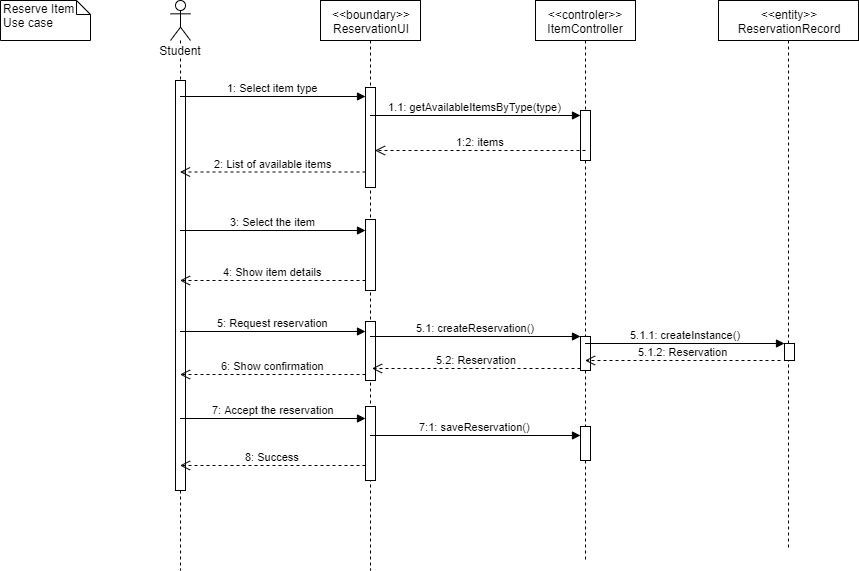
The draw.io diagram docs/Sequence Diagrams/MUM Life - Sequence Diagram - Reserve Item.png in jonathangetachew/MUMLife, before a commit. Source tidied: cells renumbered, new cells last; positions are measured from the earlier drawing's top-left corner, leaving out a move shared by most shapes.
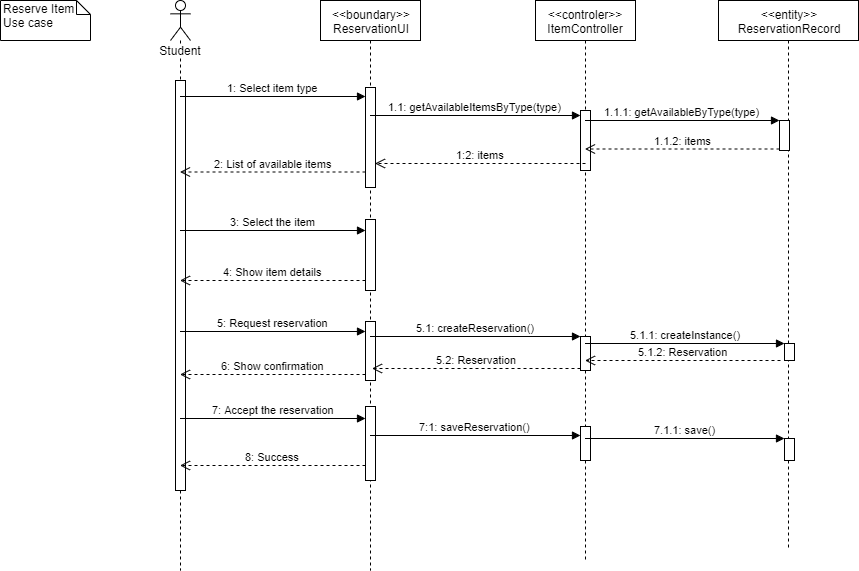
After the commit.

Commit message:
Updated reserve item sequence diagram

Diff of the diagram source:
```diff
@@ -33,7 +33,7 @@
       <mxGeometry x="535" width="100" height="560" as="geometry" />
     </mxCell>
     <mxCell id="11" style="html=1;perimeter=orthogonalPerimeter;" parent="10" vertex="1">
-      <mxGeometry x="45" y="110" width="10" height="50" as="geometry" />
+      <mxGeometry x="45" y="110" width="10" height="60" as="geometry" />
     </mxCell>
     <mxCell id="12" style="html=1;perimeter=orthogonalPerimeter;" parent="10" vertex="1">
       <mxGeometry x="45" y="426" width="10" height="34" as="geometry" />
@@ -55,8 +55,8 @@
     </mxCell>
     <mxCell id="16" value="1:2: items" style="html=1;verticalAlign=bottom;endArrow=open;dashed=1;endSize=8;exitX=0;exitY=0.95;" parent="1" edge="1">
       <mxGeometry relative="1" as="geometry">
-        <mxPoint x="585" y="150" as="sourcePoint" />
-        <mxPoint x="374.5" y="150" as="targetPoint" />
+        <mxPoint x="585" y="163" as="sourcePoint" />
+        <mxPoint x="374.5" y="163" as="targetPoint" />
       </mxGeometry>
     </mxCell>
     <mxCell id="17" value="3: Select the item" style="html=1;verticalAlign=bottom;endArrow=block;entryX=0;entryY=0;" parent="1" edge="1">
@@ -115,6 +115,12 @@
     <mxCell id="27" style="html=1;points=[];perimeter=orthogonalPerimeter;" parent="26" vertex="1">
       <mxGeometry x="66" y="343" width="10" height="17" as="geometry" />
     </mxCell>
+    <mxCell id="31" style="html=1;points=[];perimeter=orthogonalPerimeter;" parent="26" vertex="1">
+      <mxGeometry x="61" y="120" width="10" height="30" as="geometry" />
+    </mxCell>
+    <mxCell id="32" style="html=1;points=[];perimeter=orthogonalPerimeter;" parent="26" vertex="1">
+      <mxGeometry x="66" y="438" width="10" height="22" as="geometry" />
+    </mxCell>
     <mxCell id="28" value="5.1.1: createInstance()" style="html=1;verticalAlign=bottom;endArrow=block;entryX=0;entryY=0;" parent="1" edge="1" source="10" target="27">
       <mxGeometry relative="1" as="geometry" />
     </mxCell>
@@ -129,5 +135,14 @@
         <mxPoint x="371.5" y="368" as="targetPoint" />
       </mxGeometry>
     </mxCell>
+    <mxCell id="33" value="1.1.1: getAvailableByType(type)" style="html=1;verticalAlign=bottom;endArrow=block;entryX=0;entryY=0;" parent="1" edge="1" source="10" target="31">
+      <mxGeometry relative="1" as="geometry" />
+    </mxCell>
+    <mxCell id="34" value="1.1.2: items" style="html=1;verticalAlign=bottom;endArrow=open;dashed=1;endSize=8;exitX=0;exitY=0.95;" parent="1" edge="1" source="31" target="10">
+      <mxGeometry relative="1" as="geometry" />
+    </mxCell>
+    <mxCell id="35" value="7.1.1: save()" style="html=1;verticalAlign=bottom;endArrow=block;entryX=0;entryY=0;" parent="1" edge="1" source="10" target="32">
+      <mxGeometry relative="1" as="geometry" />
+    </mxCell>
   </root>
 </mxGraphModel>
```
